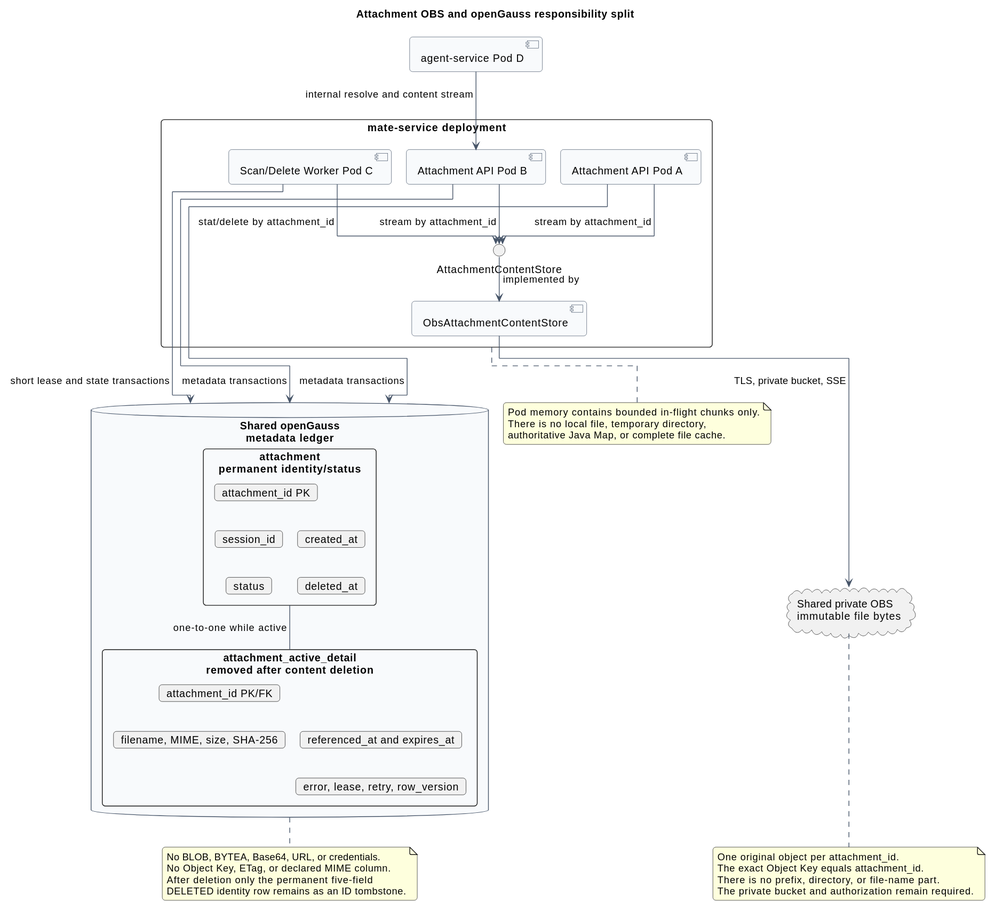
superheromeZzh/pi-mono-java-design keeps this PlantUML diagram as campusmate-attachment-service/attachment_obs_opengauss_storage_split.svg. Above is the earlier version.
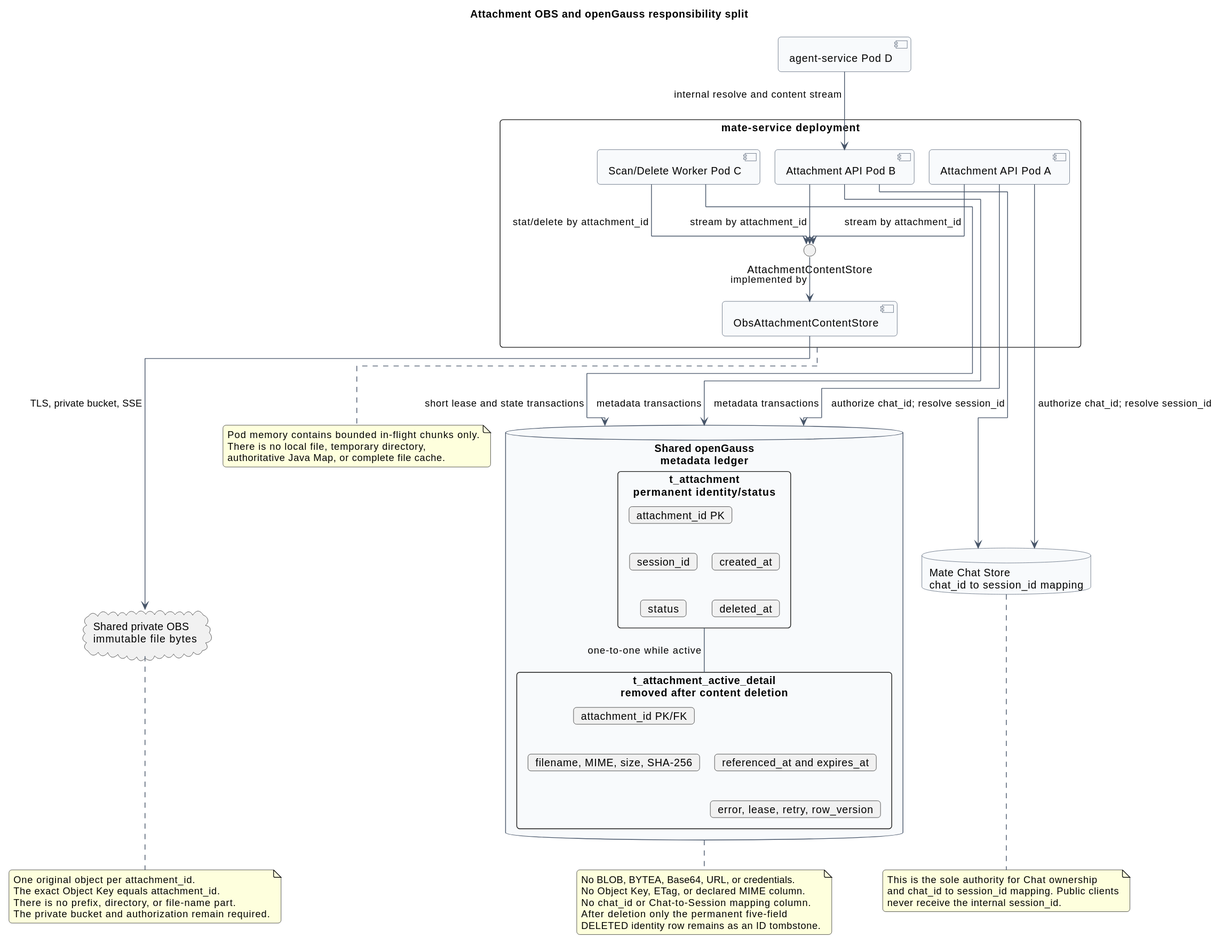
After the change.

Diff of the diagram source:
```diff
@@ -26,15 +26,17 @@
   Port -down-> Adapter : implemented by
 }
 
+database "Mate Chat Store\nchat_id to session_id mapping" as ChatStore
+
 database "Shared openGauss\nmetadata ledger" as DB {
-  rectangle "attachment\npermanent identity/status" as Row {
+  rectangle "t_attachment\npermanent identity/status" as Row {
     card "attachment_id PK" as AId
     card "session_id" as SId
     card "status" as Status
     card "created_at" as Created
     card "deleted_at" as Deleted
   }
-  rectangle "attachment_active_detail\nremoved after content deletion" as Detail {
+  rectangle "t_attachment_active_detail\nremoved after content deletion" as Detail {
     card "attachment_id PK/FK" as DetailId
     card "filename, MIME, size, SHA-256" as Integrity
     card "referenced_at and expires_at" as Reference
@@ -49,14 +51,23 @@
 PodA --> DB : metadata transactions
 PodB --> DB : metadata transactions
 PodC --> DB : short lease and state transactions
+PodA --> ChatStore : authorize chat_id; resolve session_id
+PodB --> ChatStore : authorize chat_id; resolve session_id
 Adapter --> OBS : TLS, private bucket, SSE
 Agent --> PodB : internal resolve and content stream
 
 note bottom of DB
 No BLOB, BYTEA, Base64, URL, or credentials.
 No Object Key, ETag, or declared MIME column.
+No chat_id or Chat-to-Session mapping column.
 After deletion only the permanent five-field
 DELETED identity row remains as an ID tombstone.
+end note
+
+note bottom of ChatStore
+This is the sole authority for Chat ownership
+and chat_id to session_id mapping. Public clients
+never receive the internal session_id.
 end note
 
 note bottom of OBS
```
